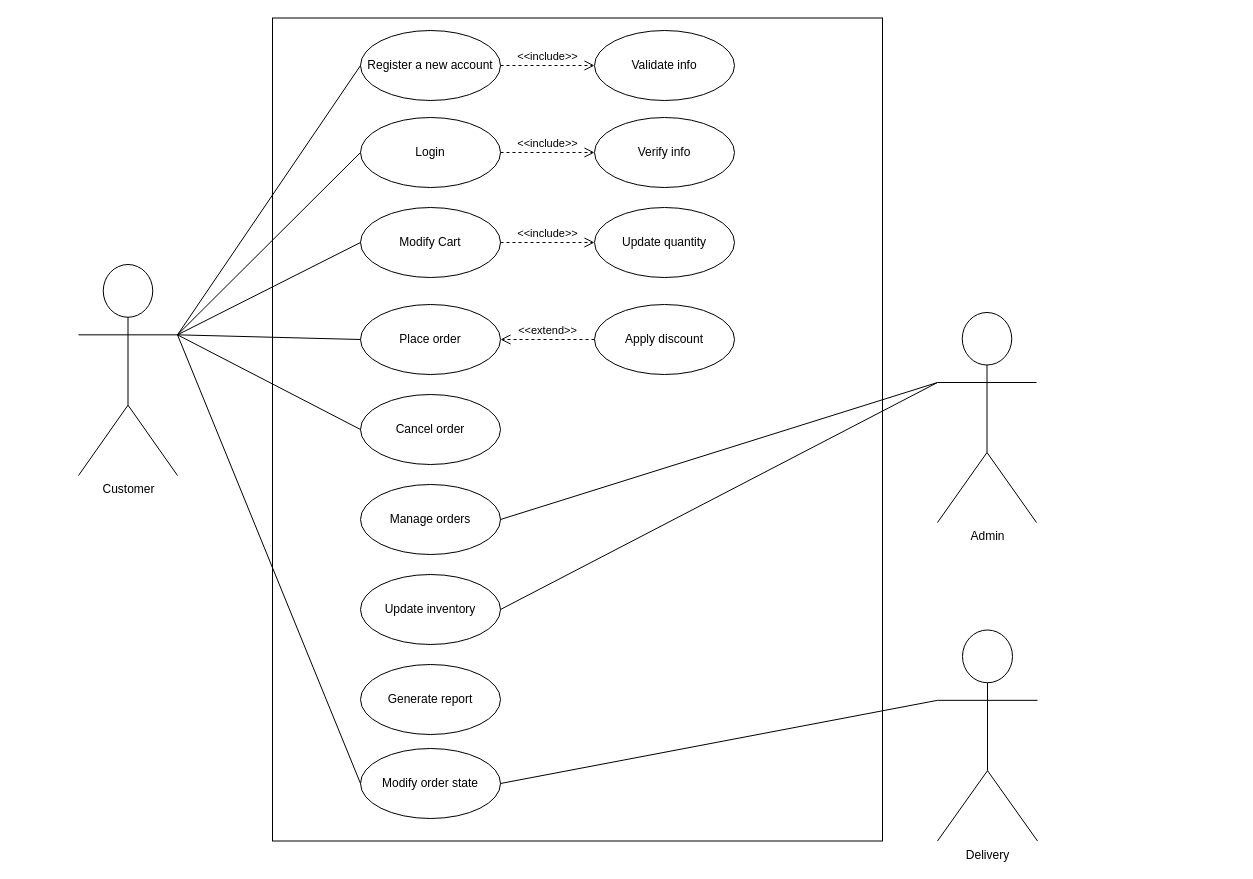
This is UML/use case diagram/Use Case Diagram.drawio from eltohamy3/Ecommerce-System-analysis_project, a draw.io file, before an edit. Source tidied: cells renumbered, new cells numbered last; positions are measured from the earlier drawing's top-left corner, leaving out a move shared by most shapes. Both pictures are drawn from the tidied source at 100%, with x=0, y=0 at pixel (78, 18).
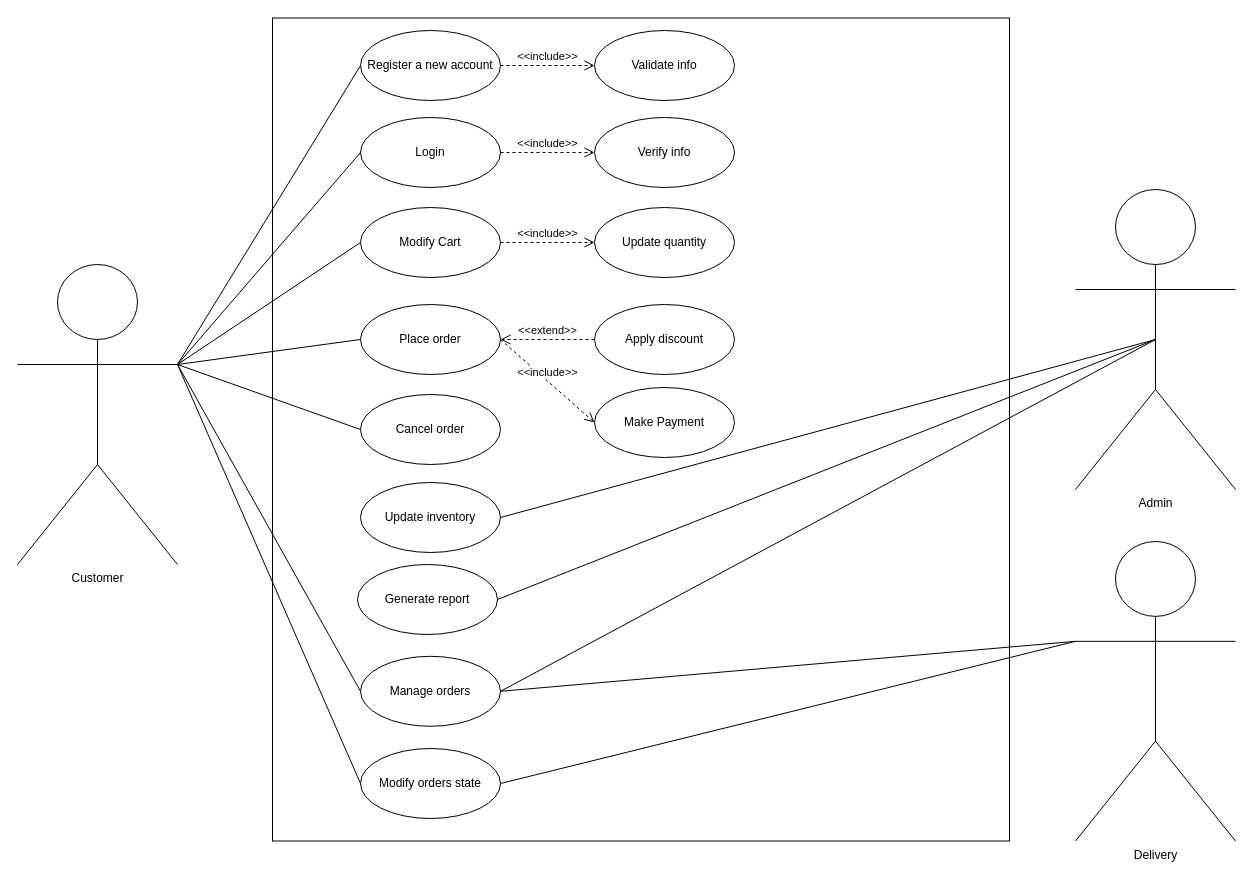
Above is the later version.

Commit message (it also covers changes not shown here):
sequence diagram & use  case diagram updated

Unchanged cells that the change refers to:
```xml
<mxCell id="9" value="Place order" style="ellipse;whiteSpace=wrap;html=1;" parent="1" vertex="1">
  <mxGeometry x="282" y="286" width="140" height="70" as="geometry" />
</mxCell>
```

What changed in the source:
```diff
@@
     <mxCell id="2" style="rounded=0;whiteSpace=wrap;html=1;" parent="1" vertex="1">
-      <mxGeometry x="194" y="-0.5" width="610" height="823" as="geometry" />
+      <mxGeometry x="194" y="-0.5" width="737" height="823" as="geometry" />
     </mxCell>
@@
     <mxCell id="5" value="Update inventory" style="ellipse;whiteSpace=wrap;html=1;" parent="1" vertex="1">
-      <mxGeometry x="282" y="556" width="140" height="70" as="geometry" />
+      <mxGeometry x="282" y="464" width="140" height="70" as="geometry" />
     </mxCell>
@@
-    <mxCell id="7" value="Modify order state" style="ellipse;whiteSpace=wrap;html=1;" parent="1" vertex="1">
+    <mxCell id="7" value="Modify orders state" style="ellipse;whiteSpace=wrap;html=1;" parent="1" vertex="1">
       <mxGeometry x="282" y="730" width="140" height="70" as="geometry" />
     </mxCell>
     <mxCell id="8" value="Manage orders" style="ellipse;whiteSpace=wrap;html=1;" parent="1" vertex="1">
-      <mxGeometry x="282" y="466" width="140" height="70" as="geometry" />
+      <mxGeometry x="282" y="637.8" width="140" height="70" as="geometry" />
     </mxCell>
@@
     <mxCell id="11" value="Generate report" style="ellipse;whiteSpace=wrap;html=1;" parent="1" vertex="1">
-      <mxGeometry x="282" y="646" width="140" height="70" as="geometry" />
+      <mxGeometry x="279" y="546" width="140" height="70" as="geometry" />
     </mxCell>
     <mxCell id="12" value="Customer" style="shape=umlActor;verticalLabelPosition=bottom;verticalAlign=top;html=1;" parent="1" vertex="1">
-      <mxGeometry y="246" width="99" height="211" as="geometry" />
+      <mxGeometry x="-61" y="246" width="160" height="300" as="geometry" />
     </mxCell>
     <mxCell id="13" value="Admin" style="shape=umlActor;verticalLabelPosition=bottom;verticalAlign=top;html=1;" parent="1" vertex="1">
-      <mxGeometry x="859" y="294" width="99" height="210" as="geometry" />
+      <mxGeometry x="997" y="171" width="160" height="300" as="geometry" />
     </mxCell>
     <mxCell id="14" value="Delivery" style="shape=umlActor;verticalLabelPosition=bottom;verticalAlign=top;html=1;" parent="1" vertex="1">
-      <mxGeometry x="859" y="611.5" width="100" height="211" as="geometry" />
+      <mxGeometry x="997" y="523" width="160" height="299.5" as="geometry" />
     </mxCell>
@@
-    <mxCell id="17" style="endArrow=none;html=1;rounded=0;exitX=1;exitY=0.5;exitDx=0;exitDy=0;entryX=0;entryY=0.3333333333333333;entryDx=0;entryDy=0;entryPerimeter=0;" parent="1" edge="1" source="5" target="13">
+    <mxCell id="17" style="endArrow=none;html=1;rounded=0;exitX=1;exitY=0.5;exitDx=0;exitDy=0;entryX=0.5;entryY=0.5;entryDx=0;entryDy=0;entryPerimeter=0;" parent="1" edge="1" source="5" target="13">
       <mxGeometry relative="1" as="geometry" />
     </mxCell>
-    <mxCell id="18" style="endArrow=none;html=1;rounded=0;exitX=1;exitY=0.5;exitDx=0;exitDy=0;entryX=0;entryY=0.3333333333333333;entryDx=0;entryDy=0;entryPerimeter=0;" parent="1" edge="1" source="8" target="13">
+    <mxCell id="18" style="endArrow=none;html=1;rounded=0;exitX=1;exitY=0.5;exitDx=0;exitDy=0;entryX=0.5;entryY=0.5;entryDx=0;entryDy=0;entryPerimeter=0;" parent="1" edge="1" source="8" target="13">
       <mxGeometry relative="1" as="geometry" />
     </mxCell>
@@
+    <mxCell id="32" value="Make Payment" style="ellipse;whiteSpace=wrap;html=1;" parent="1" vertex="1">
+      <mxGeometry x="516" y="369" width="140" height="70" as="geometry" />
+    </mxCell>
+    <mxCell id="33" value="&amp;lt;&amp;lt;include&amp;gt;&amp;gt;" style="html=1;verticalAlign=bottom;endArrow=open;dashed=1;endSize=8;curved=0;rounded=0;exitX=1;exitY=0.5;exitDx=0;exitDy=0;entryX=0;entryY=0.5;entryDx=0;entryDy=0;" parent="1" edge="1" source="9" target="32">
+      <mxGeometry relative="1" as="geometry" />
+    </mxCell>
+    <mxCell id="34" style="endArrow=none;html=1;rounded=0;entryX=0;entryY=0.5;entryDx=0;entryDy=0;exitX=1;exitY=0.3333333333333333;exitDx=0;exitDy=0;exitPerimeter=0;" parent="1" edge="1" source="12" target="8">
+      <mxGeometry relative="1" as="geometry" />
+    </mxCell>
+    <mxCell id="35" style="endArrow=none;html=1;rounded=0;exitX=1;exitY=0.5;exitDx=0;exitDy=0;entryX=0;entryY=0.3333333333333333;entryDx=0;entryDy=0;entryPerimeter=0;" parent="1" edge="1" source="8" target="14">
+      <mxGeometry relative="1" as="geometry" />
+    </mxCell>
+    <mxCell id="36" style="endArrow=none;html=1;rounded=0;exitX=1;exitY=0.5;exitDx=0;exitDy=0;entryX=0.5;entryY=0.5;entryDx=0;entryDy=0;entryPerimeter=0;" parent="1" edge="1" source="11" target="13">
+      <mxGeometry relative="1" as="geometry" />
+    </mxCell>
```
